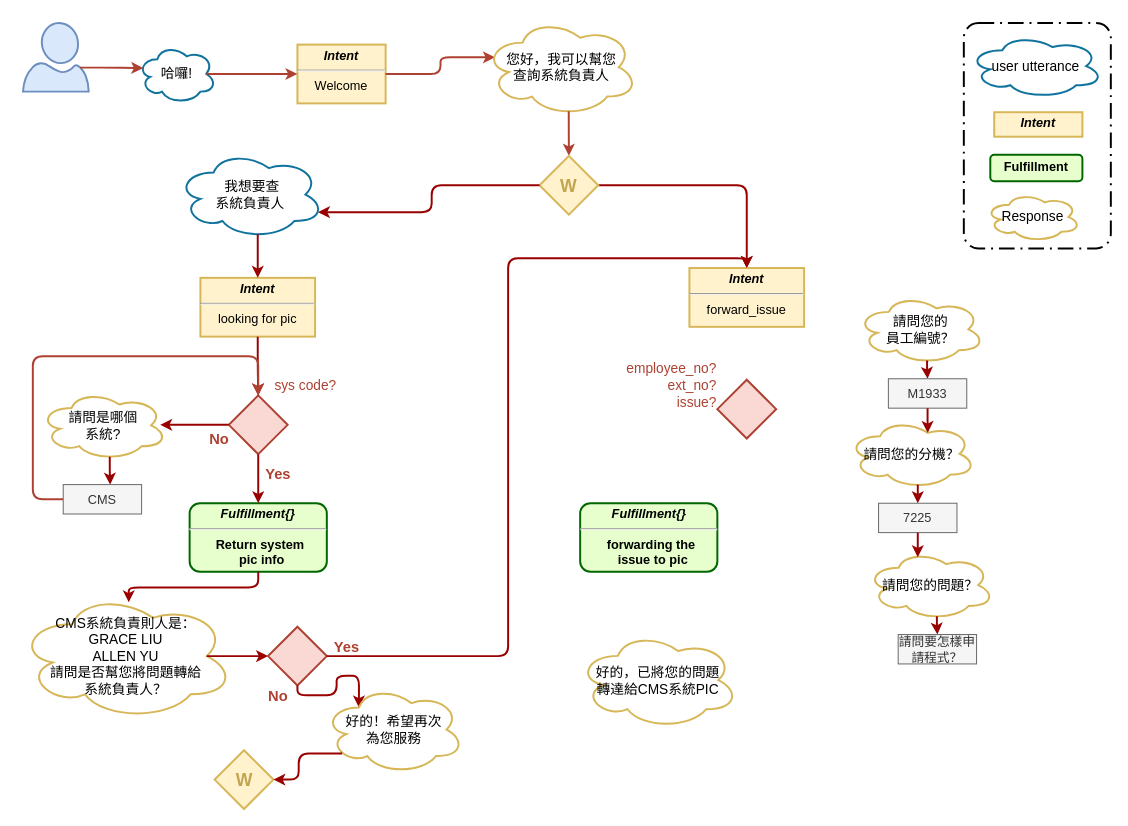
shihxuancheng/qa_bot keeps this draw.io diagram as page "system_pic" (1 of 3) of resources/assets/qa_bot dialog flow.drawio. Above is the earlier version. Source tidied: cells renumbered, new cells numbered last; positions are measured from the earlier drawing's top-left corner, leaving out a move shared by most shapes. Both pictures are drawn from the tidied source at 98%, with x=0, y=0 at pixel (18, 18).
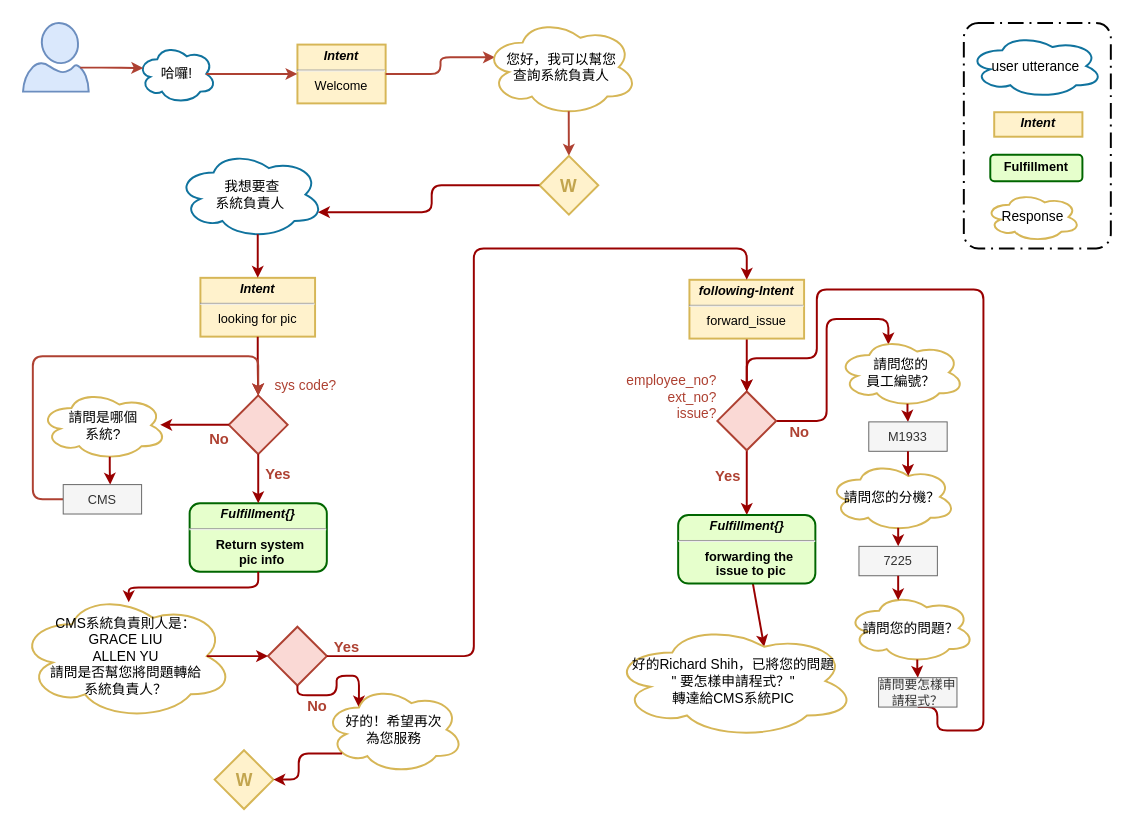
The same page after the edit.

Unchanged cells that the change refers to:
```xml
<mxCell id="11" value="&lt;p style=&quot;line-height: 100%; font-size: 18px;&quot;&gt;W&lt;/p&gt;" style="strokeWidth=2;html=1;shape=mxgraph.flowchart.decision;whiteSpace=wrap;shadow=0;fillColor=#fff2cc;fontSize=18;labelBorderColor=none;strokeColor=#d6b656;spacing=0;fontStyle=1;fontColor=#C2A54E;" parent="1" vertex="1">
  <mxGeometry x="532" y="140.5" width="60" height="60" as="geometry" />
</mxCell>
<mxCell id="32" value="&lt;p style=&quot;line-height: 100%&quot;&gt;&lt;br&gt;&lt;/p&gt;" style="strokeWidth=2;html=1;shape=mxgraph.flowchart.decision;whiteSpace=wrap;shadow=0;fillColor=#fad9d5;fontSize=13;labelBorderColor=none;strokeColor=#ae4132;spacing=0;" parent="1" vertex="1">
  <mxGeometry x="255" y="621" width="60" height="60" as="geometry" />
</mxCell>
```

The edit, as a diff of the source:
```diff
@@
-    <mxCell id="10" style="edgeStyle=orthogonalEdgeStyle;rounded=1;jettySize=auto;html=1;fontSize=13;strokeColor=#990000;strokeWidth=2;entryX=0.5;entryY=0;entryDx=0;entryDy=0;" parent="1" edge="1" source="11" target="31">
-      <mxGeometry relative="1" as="geometry" />
-    </mxCell>
@@
+    <mxCell id="60" style="edgeStyle=orthogonalEdgeStyle;rounded=1;jettySize=auto;html=1;fontSize=13;strokeColor=#990000;strokeWidth=2;" parent="1" edge="1" source="31" target="45">
+      <mxGeometry relative="1" as="geometry" />
+    </mxCell>
-    <mxCell id="31" value="&lt;p style=&quot;margin: 4px 0px 0px ; font-size: 13px&quot;&gt;&lt;b style=&quot;font-size: 13px&quot;&gt;&lt;i style=&quot;font-size: 13px&quot;&gt;Intent&lt;/i&gt;&lt;/b&gt;&lt;/p&gt;&lt;hr style=&quot;font-size: 13px&quot;&gt;&lt;div style=&quot;height: 2px ; font-size: 13px&quot;&gt;forward_issue&lt;/div&gt;" style="verticalAlign=top;align=center;overflow=fill;fontSize=13;fontFamily=Helvetica;html=1;fillColor=#fff2cc;strokeColor=#d6b656;gradientColor=none;strokeWidth=2;" parent="1" vertex="1">
-      <mxGeometry x="685" y="255" width="117" height="60" as="geometry" />
+    <mxCell id="31" value="&lt;p style=&quot;margin: 4px 0px 0px ; font-size: 13px&quot;&gt;&lt;b style=&quot;font-size: 13px&quot;&gt;&lt;i style=&quot;font-size: 13px&quot;&gt;following-Intent&lt;/i&gt;&lt;/b&gt;&lt;/p&gt;&lt;hr style=&quot;font-size: 13px&quot;&gt;&lt;div style=&quot;height: 2px ; font-size: 13px&quot;&gt;forward_issue&lt;/div&gt;" style="verticalAlign=top;align=center;overflow=fill;fontSize=13;fontFamily=Helvetica;html=1;fillColor=#fff2cc;strokeColor=#d6b656;gradientColor=none;strokeWidth=2;" parent="1" vertex="1">
+      <mxGeometry x="685" y="267" width="117" height="60" as="geometry" />
     </mxCell>
@@
     <mxCell id="33" value="&lt;b&gt;&lt;font style=&quot;font-size: 15px&quot;&gt;No&lt;/font&gt;&lt;/b&gt;" style="text;html=1;align=center;verticalAlign=middle;fillColor=none;strokeColor=none;rounded=0;shadow=0;fontSize=13;fontColor=#AE4132;" parent="1" vertex="1">
-      <mxGeometry x="245" y="681" width="40" height="20" as="geometry" />
+      <mxGeometry x="285" y="691" width="40" height="20" as="geometry" />
     </mxCell>
@@
     <mxCell id="38" style="strokeColor=#990000;strokeWidth=2;exitX=1;exitY=0.5;exitDx=0;exitDy=0;rounded=1;edgeStyle=orthogonalEdgeStyle;fontSize=13;exitPerimeter=0;entryX=0.5;entryY=0;entryDx=0;entryDy=0;" parent="1" edge="1" source="32" target="31">
-      <mxGeometry relative="1" as="geometry" />
+      <mxGeometry relative="1" as="geometry">
+        <Array as="points">
+          <mxPoint x="465" y="651" />
+          <mxPoint x="465" y="235" />
+          <mxPoint x="744" y="235" />
+        </Array>
+      </mxGeometry>
     </mxCell>
@@
+    <mxCell id="61" style="edgeStyle=orthogonalEdgeStyle;rounded=1;jettySize=auto;html=1;fontSize=13;strokeColor=#990000;strokeWidth=2;entryX=0.5;entryY=0;entryDx=0;entryDy=0;" parent="1" edge="1" source="45" target="58">
+      <mxGeometry relative="1" as="geometry" />
+    </mxCell>
+    <mxCell id="62" style="edgeStyle=orthogonalEdgeStyle;rounded=1;jettySize=auto;html=1;fontSize=13;strokeColor=#990000;strokeWidth=2;entryX=0.4;entryY=0.1;entryDx=0;entryDy=0;entryPerimeter=0;" parent="1" edge="1" source="45" target="46">
+      <mxGeometry relative="1" as="geometry">
+        <Array as="points">
+          <mxPoint x="825" y="411" />
+          <mxPoint x="825" y="307" />
+          <mxPoint x="888" y="307" />
+        </Array>
+      </mxGeometry>
+    </mxCell>
     <mxCell id="45" value="&lt;p style=&quot;line-height: 100%&quot;&gt;&lt;br&gt;&lt;/p&gt;" style="strokeWidth=2;html=1;shape=mxgraph.flowchart.decision;whiteSpace=wrap;shadow=0;fillColor=#fad9d5;fontSize=13;labelBorderColor=none;strokeColor=#ae4132;spacing=0;" parent="1" vertex="1">
-      <mxGeometry x="713.5" y="369" width="60" height="60" as="geometry" />
+      <mxGeometry x="713.5" y="381" width="60" height="60" as="geometry" />
     </mxCell>
     <mxCell id="46" value="請問您的&lt;br&gt;員工編號？" style="ellipse;shape=cloud;whiteSpace=wrap;html=1;rounded=0;shadow=0;glass=0;comic=0;strokeColor=#D6B656;strokeWidth=2;fillColor=none;fontSize=14;" parent="1" vertex="1">
-      <mxGeometry x="856" y="282" width="130" height="71" as="geometry" />
+      <mxGeometry x="836" y="326" width="130" height="71" as="geometry" />
     </mxCell>
@@
     <mxCell id="48" value="M1933" style="rounded=0;whiteSpace=wrap;html=1;strokeWidth=1;fontSize=13;fillColor=#f5f5f5;strokeColor=#666666;fontColor=#333333;" parent="1" vertex="1">
-      <mxGeometry x="888" y="368" width="80" height="30" as="geometry" />
+      <mxGeometry x="868" y="412" width="80" height="30" as="geometry" />
     </mxCell>
     <mxCell id="49" value="請問您的分機？" style="ellipse;shape=cloud;whiteSpace=wrap;html=1;rounded=0;shadow=0;glass=0;comic=0;strokeColor=#D6B656;strokeWidth=2;fillColor=none;fontSize=14;" parent="1" vertex="1">
-      <mxGeometry x="847" y="409" width="130" height="71" as="geometry" />
+      <mxGeometry x="827" y="453" width="130" height="71" as="geometry" />
     </mxCell>
     <mxCell id="50" style="strokeColor=#990000;strokeWidth=2;entryX=0.5;entryY=0;entryDx=0;entryDy=0;rounded=1;edgeStyle=elbowEdgeStyle;elbow=vertical;fontSize=13;" parent="1" edge="1" target="51">
       <mxGeometry relative="1" as="geometry">
-        <mxPoint x="918" y="476" as="sourcePoint" />
+        <mxPoint x="898" y="520" as="sourcePoint" />
       </mxGeometry>
     </mxCell>
     <mxCell id="51" value="7225" style="rounded=0;whiteSpace=wrap;html=1;strokeWidth=1;fontSize=13;fillColor=#f5f5f5;strokeColor=#666666;fontColor=#333333;" parent="1" vertex="1">
-      <mxGeometry x="878" y="495" width="80" height="30" as="geometry" />
+      <mxGeometry x="858" y="539" width="80" height="30" as="geometry" />
     </mxCell>
     <mxCell id="52" value="請問您的問題？" style="ellipse;shape=cloud;whiteSpace=wrap;html=1;rounded=0;shadow=0;glass=0;comic=0;strokeColor=#D6B656;strokeWidth=2;fillColor=none;fontSize=14;" parent="1" vertex="1">
-      <mxGeometry x="866" y="543" width="130" height="71" as="geometry" />
+      <mxGeometry x="846" y="587" width="130" height="71" as="geometry" />
     </mxCell>
@@
+    <mxCell id="63" style="edgeStyle=orthogonalEdgeStyle;rounded=1;jettySize=auto;html=1;fontSize=13;strokeColor=#990000;strokeWidth=2;entryX=0.5;entryY=0;entryDx=0;entryDy=0;entryPerimeter=0;exitX=0.5;exitY=1;exitDx=0;exitDy=0;" parent="1" edge="1" source="54" target="45">
+      <mxGeometry relative="1" as="geometry">
+        <Array as="points">
+          <mxPoint x="938" y="703" />
+          <mxPoint x="938" y="727" />
+          <mxPoint x="985" y="727" />
+          <mxPoint x="985" y="277" />
+          <mxPoint x="815" y="277" />
+          <mxPoint x="815" y="347" />
+          <mxPoint x="744" y="347" />
+        </Array>
+      </mxGeometry>
+    </mxCell>
     <mxCell id="54" value="請問要怎樣申請程式？" style="rounded=0;whiteSpace=wrap;html=1;strokeWidth=1;fontSize=13;fillColor=#f5f5f5;strokeColor=#666666;fontColor=#333333;" parent="1" vertex="1">
-      <mxGeometry x="898" y="629" width="80" height="30" as="geometry" />
+      <mxGeometry x="878" y="673" width="80" height="30" as="geometry" />
     </mxCell>
     <mxCell id="55" value="&lt;span style=&quot;font-size: 14px&quot;&gt;employee_no?&lt;br&gt;ext_no?&lt;br&gt;issue?&lt;br&gt;&lt;/span&gt;" style="text;html=1;align=right;verticalAlign=middle;fillColor=none;strokeColor=none;rounded=0;shadow=0;fontSize=13;fontStyle=0;fontColor=#AE4132;" parent="1" vertex="1">
-      <mxGeometry x="603.5" y="345" width="110" height="60" as="geometry" />
+      <mxGeometry x="603.5" y="357" width="110" height="60" as="geometry" />
     </mxCell>
@@
+    <mxCell id="64" style="rounded=1;jettySize=auto;html=1;fontSize=13;strokeColor=#990000;strokeWidth=2;entryX=0.625;entryY=0.2;entryDx=0;entryDy=0;entryPerimeter=0;" parent="1" edge="1" source="58" target="59">
+      <mxGeometry relative="1" as="geometry" />
+    </mxCell>
     <mxCell id="58" value="&lt;p style=&quot;margin: 4px 0px 0px ; font-size: 13px&quot;&gt;&lt;strong style=&quot;font-size: 13px&quot;&gt;&lt;i&gt;Fulfillment{}&lt;/i&gt;&lt;/strong&gt;&lt;/p&gt;&lt;hr style=&quot;font-size: 13px&quot;&gt;&lt;p style=&quot;margin: 0px 0px 0px 8px ; font-size: 13px&quot;&gt;forwarding the&amp;nbsp;&lt;/p&gt;&lt;p style=&quot;margin: 0px 0px 0px 8px ; font-size: 13px&quot;&gt;issue to pic&lt;/p&gt;" style="verticalAlign=middle;align=center;overflow=fill;fontSize=13;fontFamily=Helvetica;html=1;rounded=1;fontStyle=1;strokeWidth=2;fillColor=#E6FFCC;strokeColor=#006600;" parent="1" vertex="1">
-      <mxGeometry x="573.5" y="495" width="140" height="70" as="geometry" />
+      <mxGeometry x="673.5" y="507" width="140" height="70" as="geometry" />
     </mxCell>
-    <mxCell id="59" value="好的，已將您的問題&lt;br&gt;轉達給CMS系統PIC" style="ellipse;shape=cloud;whiteSpace=wrap;html=1;rounded=0;shadow=0;glass=0;comic=0;strokeColor=#D6B656;strokeWidth=2;fillColor=none;fontSize=14;" parent="1" vertex="1">
-      <mxGeometry x="571" y="626" width="164" height="99" as="geometry" />
+    <mxCell id="59" value="好的Richard Shih，已將您的問題&lt;br&gt;&quot; 要怎樣申請程式？&quot;&lt;br&gt;轉達給CMS系統PIC" style="ellipse;shape=cloud;whiteSpace=wrap;html=1;rounded=0;shadow=0;glass=0;comic=0;strokeColor=#D6B656;strokeWidth=2;fillColor=none;fontSize=14;" parent="1" vertex="1">
+      <mxGeometry x="605" y="618" width="250" height="117" as="geometry" />
     </mxCell>
+    <mxCell id="65" value="&lt;b&gt;&lt;font style=&quot;font-size: 15px&quot;&gt;Yes&lt;/font&gt;&lt;/b&gt;" style="text;html=1;align=center;verticalAlign=middle;fillColor=none;strokeColor=none;rounded=0;shadow=0;fontSize=13;fontColor=#AE4132;" parent="1" vertex="1">
+      <mxGeometry x="703.5" y="457" width="40" height="20" as="geometry" />
+    </mxCell>
+    <mxCell id="66" value="&lt;b&gt;&lt;font style=&quot;font-size: 15px&quot;&gt;No&lt;/font&gt;&lt;/b&gt;" style="text;html=1;align=center;verticalAlign=middle;fillColor=none;strokeColor=none;rounded=0;shadow=0;fontSize=13;fontColor=#AE4132;" parent="1" vertex="1">
+      <mxGeometry x="777" y="412" width="40" height="20" as="geometry" />
+    </mxCell>
```
